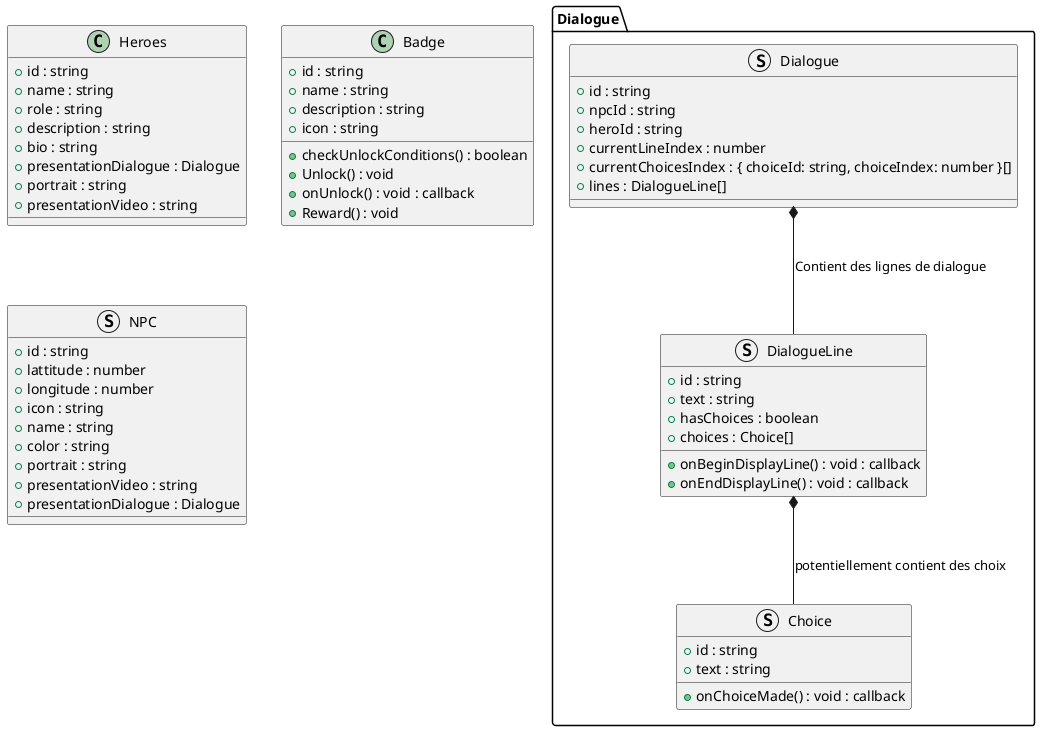
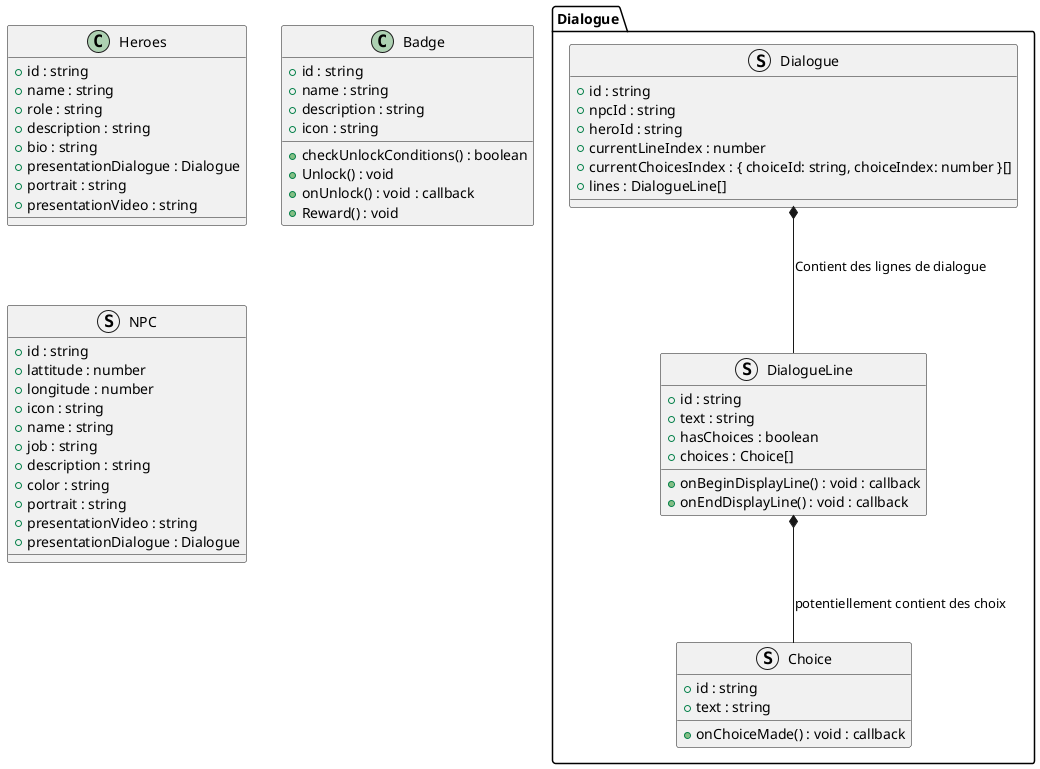
@startuml

class Heroes
{
    + id : string
    + name : string
    + role : string
    + description : string
    + bio : string
    + presentationDialogue : Dialogue
    + portrait : string
    + presentationVideo : string
}

class Badge
{
    + id : string
    + name : string
    + description : string
    + icon : string
    + checkUnlockConditions() : boolean
    + Unlock() : void
    + onUnlock() : void : callback
    + Reward() : void
}

struct NPC
{
    + id : string
    + lattitude : number
    + longitude : number
    + icon : string
    + name : string
+     + job : string
+     + description : string
    + color : string
    + portrait : string
    + presentationVideo : string
    + presentationDialogue : Dialogue
}

package "Dialogue" {

    struct Dialogue
    {
        + id : string
        + npcId : string
        + heroId : string
        + currentLineIndex : number
        + currentChoicesIndex : { choiceId: string, choiceIndex: number }[]
        + lines : DialogueLine[]
    }

    struct DialogueLine
    {
        + id : string
        + text : string
        + hasChoices : boolean
        + choices : Choice[]
        + onBeginDisplayLine() : void : callback
        + onEndDisplayLine() : void : callback
    }

    struct Choice
    {
        + id : string
        + text : string
        + onChoiceMade() : void : callback
    }

+ 
+ 
    Dialogue *-- DialogueLine : "Contient des lignes de dialogue"
    DialogueLine *-- Choice : "potentiellement contient des choix"



}

@enduml